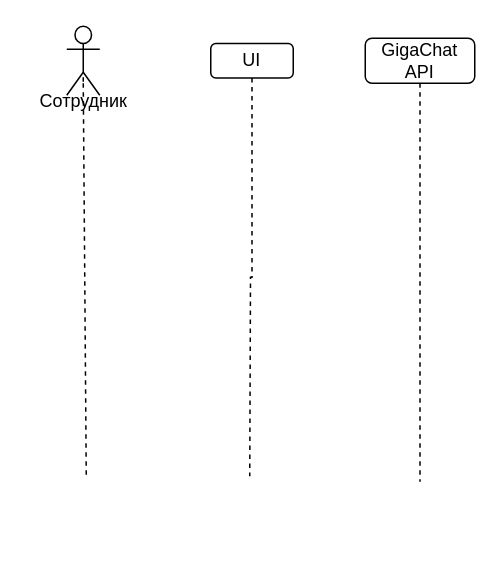
Earlier version of the draw.io diagram page "последовательности" (2 of 2) of 4 FOURTH COURSE/Semester 8/Диплом/Диаграмма без названия.drawio (egorbeckish/Baccalaureate). Source tidied: cells renumbered, new cells numbered last; positions are measured from the earlier drawing's top-left corner, leaving out a move shared by most shapes. Both pictures are drawn from the tidied source at 150%, with x=0, y=0 at pixel (26, 26).
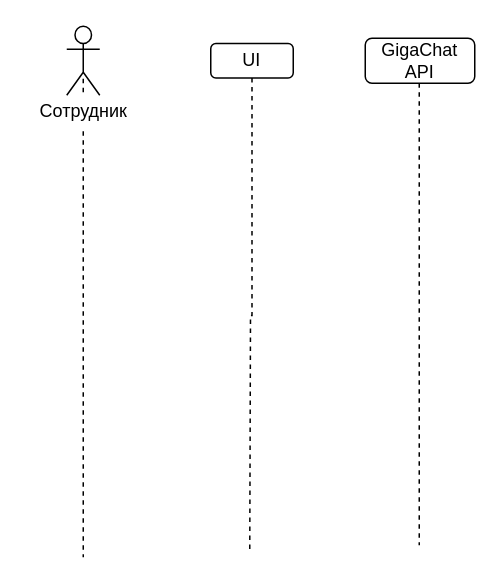
After the change.

What changed in the source:
```diff
@@
 <mxGraphModel>
   <root>
     <mxCell id="0" />
     <mxCell id="1" parent="0" />
     <mxCell id="2" style="shape=umlActor;verticalLabelPosition=bottom;verticalAlign=top;html=1;" parent="1" vertex="1">
       <mxGeometry x="27" width="22" height="46" as="geometry" />
     </mxCell>
     <mxCell id="3" style="endArrow=none;dashed=1;html=1;rounded=0;entryX=0.5;entryY=0;entryDx=0;entryDy=0;entryPerimeter=0;" parent="1" edge="1" source="5">
       <mxGeometry relative="1" as="geometry">
         <mxPoint x="38" y="33" as="targetPoint" />
       </mxGeometry>
     </mxCell>
-    <mxCell id="4" style="endArrow=none;dashed=1;html=1;rounded=0;entryX=0.5;entryY=0;entryDx=0;entryDy=0;entryPerimeter=0;" parent="1" edge="1" target="5">
-      <mxGeometry relative="1" as="geometry">
-        <mxPoint x="40" y="299" as="sourcePoint" />
-      </mxGeometry>
-    </mxCell>
+    <mxCell id="10" style="edgeStyle=orthogonalEdgeStyle;rounded=0;jettySize=auto;html=1;dashed=1;endArrow=none;startFill=0;" parent="1" edge="1" source="5">
+      <mxGeometry relative="1" as="geometry">
+        <mxPoint x="38" y="354" as="targetPoint" />
+      </mxGeometry>
+    </mxCell>
     <mxCell id="5" value="Сотрудник" style="text;html=1;align=center;verticalAlign=middle;points=[];strokeColor=none;fillColor=none;" parent="1" vertex="1">
-      <mxGeometry y="37" width="76" height="26" as="geometry" />
+      <mxGeometry y="44" width="76" height="26" as="geometry" />
     </mxCell>
     <mxCell id="6" style="edgeStyle=orthogonalEdgeStyle;rounded=0;jettySize=auto;html=1;dashed=1;endArrow=none;startFill=0;" parent="1" edge="1" source="7">
       <mxGeometry relative="1" as="geometry">
-        <mxPoint x="149" y="300" as="targetPoint" />
+        <mxPoint x="149" y="351" as="targetPoint" />
       </mxGeometry>
     </mxCell>
     <mxCell id="7" value="UI" style="rounded=1;whiteSpace=wrap;html=1;" parent="1" vertex="1">
       <mxGeometry x="123" y="11.5" width="55" height="23" as="geometry" />
     </mxCell>
     <mxCell id="8" style="edgeStyle=orthogonalEdgeStyle;rounded=0;jettySize=auto;html=1;endArrow=none;startFill=0;dashed=1;" parent="1" edge="1" source="9">
       <mxGeometry relative="1" as="geometry">
-        <mxPoint x="262.5" y="303.7" as="targetPoint" />
+        <mxPoint x="262" y="346" as="targetPoint" />
       </mxGeometry>
     </mxCell>
     <mxCell id="9" value="GigaChat API" style="rounded=1;whiteSpace=wrap;html=1;" parent="1" vertex="1">
       <mxGeometry x="226" y="8" width="73" height="30" as="geometry" />
     </mxCell>
   </root>
 </mxGraphModel>
```
